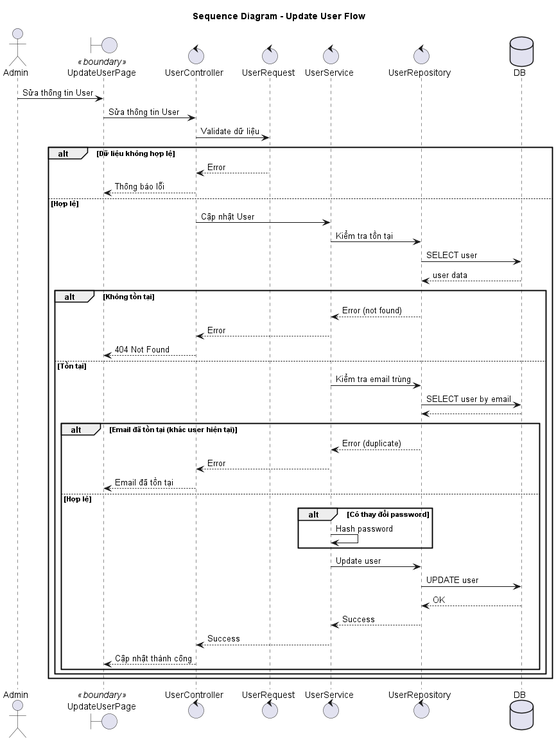
Earlier version of the PlantUML export out/sequence/sửa user/update_user_sequence.png (Faythpromax/E-Learning).
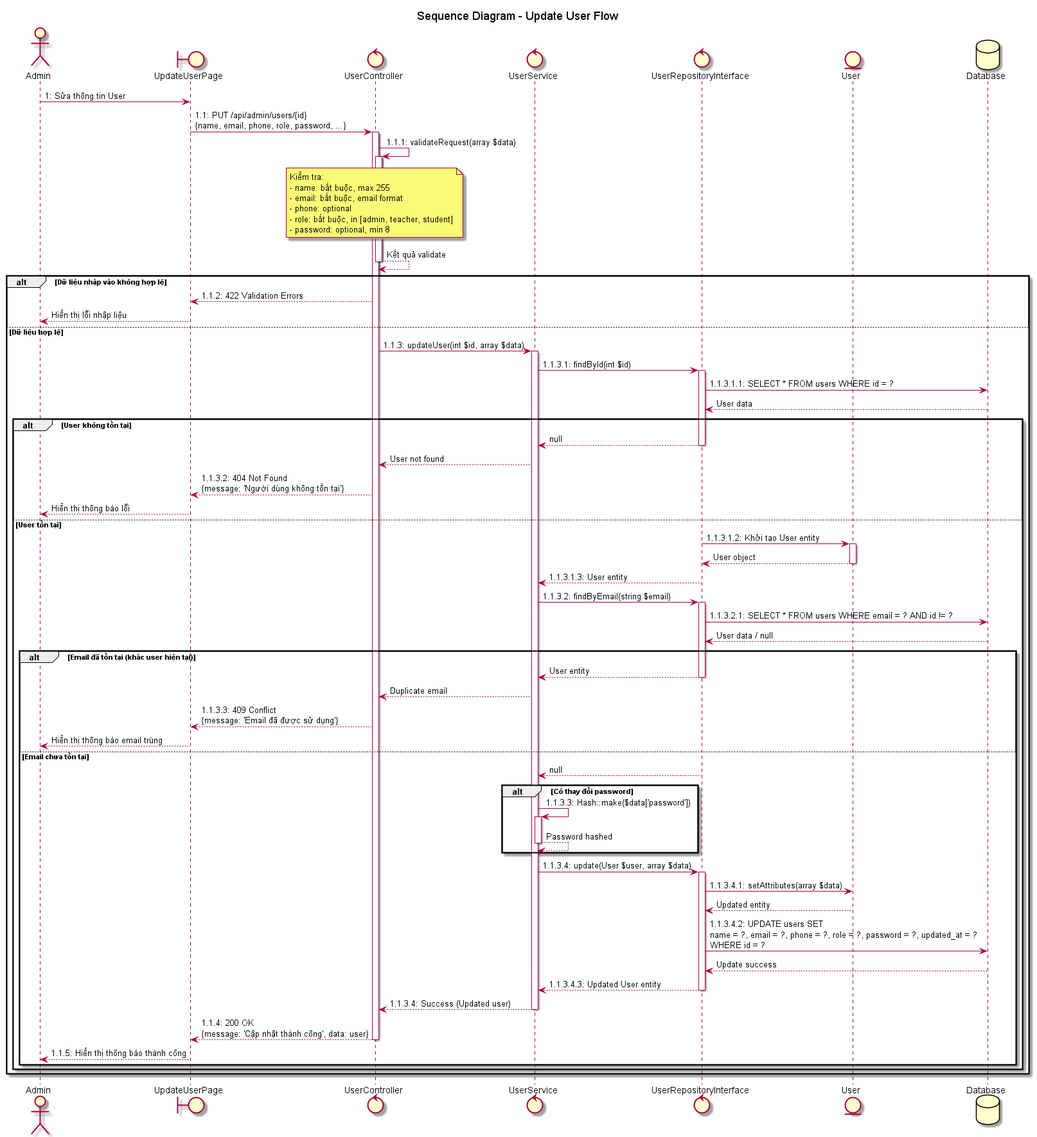
The same diagram one commit later.

The edit, as a diff of the source:
```diff
@@ -1,54 +1,96 @@
 @startuml update_user_sequence
 title Sequence Diagram - Update User Flow
 
-actor Admin
-boundary "UpdateUserPage" as UI <<boundary>>
-control UserController
-control UserRequest
-control UserService
-control UserRepository
-database DB
+actor "Admin" as admin
+boundary "UpdateUserPage" as UI
+control "UserController" as controller
+control "UserService" as service
+control "UserRepositoryInterface" as repository
+entity "User" as user
+database "Database" as db
 
-Admin -> UI: Sửa thông tin User
-UI -> UserController: Sửa thông tin User
+admin -> UI: 1: Sửa thông tin User
+UI -> controller: 1.1: PUT /api/admin/users/{id}\n{name, email, phone, role, password, ...}
+activate controller
 
-UserController -> UserRequest: Validate dữ liệu
+controller -> controller++: 1.1.1: validateRequest(array $data)
+note over controller
+  Kiểm tra:
+  - name: bắt buộc, max 255
+  - email: bắt buộc, email format
+  - phone: optional
+  - role: bắt buộc, in [admin, teacher, student]
+  - password: optional, min 8
+end note
+controller --> controller--: Kết quả validate
 
-alt Dữ liệu không hợp lệ
-    UserRequest --> UserController: Error
-    UserController --> UI: Thông báo lỗi
-else Hợp lệ
-    UserController -> UserService: Cập nhật User
+alt Dữ liệu nhập vào không hợp lệ
+    controller --> UI: 1.1.2: 422 Validation Errors
+    UI --> admin: Hiển thị lỗi nhập liệu
+else Dữ liệu hợp lệ
+    controller -> service: 1.1.3: updateUser(int $id, array $data)
+    activate service
 
-    UserService -> UserRepository: Kiểm tra tồn tại
-    UserRepository -> DB: SELECT user
-    DB --> UserRepository: user data
+    service -> repository: 1.1.3.1: findById(int $id)
+    activate repository
 
-    alt Không tồn tại
-        UserRepository --> UserService: Error (not found)
-        UserService --> UserController: Error
-        UserController --> UI: 404 Not Found
-    else Tồn tại
-        UserService -> UserRepository: Kiểm tra email trùng
-        UserRepository -> DB: SELECT user by email
-        DB --> UserRepository
+    repository -> db: 1.1.3.1.1: SELECT * FROM users WHERE id = ?
+    db --> repository: User data
+
+    alt User không tồn tại
+        repository --> service: null
+        deactivate repository
+        service --> controller: User not found
+        controller --> UI: 1.1.3.2: 404 Not Found\n{message: 'Người dùng không tồn tại'}
+        UI --> admin: Hiển thị thông báo lỗi
+    else User tồn tại
+        repository -> user: 1.1.3.1.2: Khởi tạo User entity
+        activate user
+        user --> repository: User object
+        deactivate user
+        repository --> service: 1.1.3.1.3: User entity
+        deactivate repository
+
+        service -> repository: 1.1.3.2: findByEmail(string $email)
+        activate repository
+
+        repository -> db: 1.1.3.2.1: SELECT * FROM users WHERE email = ? AND id != ?
+        db --> repository: User data / null
 
         alt Email đã tồn tại (khác user hiện tại)
-            UserRepository --> UserService: Error (duplicate)
-            UserService --> UserController: Error
-            UserController --> UI: Email đã tồn tại
-        else Hợp lệ
+            repository --> service: User entity
+            deactivate repository
+            service --> controller: Duplicate email
+            controller --> UI: 1.1.3.3: 409 Conflict\n{message: 'Email đã được sử dụng'}
+            UI --> admin: Hiển thị thông báo email trùng
+        else Email chưa tồn tại
+            repository --> service: null
+            deactivate repository
+
             alt Có thay đổi password
-                UserService -> UserService: Hash password
+                service -> service++: 1.1.3.3: Hash::make($data['password'])
+                service --> service--: Password hashed
             end
 
-            UserService -> UserRepository: Update user
-            UserRepository -> DB: UPDATE user
-            DB --> UserRepository: OK
+            service -> repository: 1.1.3.4: update(User $user, array $data)
+            activate repository
 
-            UserRepository --> UserService: Success
-            UserService --> UserController: Success
-            UserController --> UI: Cập nhật thành công
+            repository -> user: 1.1.3.4.1: setAttributes(array $data)
+            user --> repository: Updated entity
+
+            repository -> db: 1.1.3.4.2: UPDATE users SET\nname = ?, email = ?, phone = ?, role = ?, password = ?, updated_at = ?\nWHERE id = ?
+            db --> repository: Update success
+
+            repository --> service: 1.1.3.4.3: Updated User entity
+            deactivate repository
+
+            service --> controller: 1.1.3.4: Success (Updated user)
+            deactivate service
+
+            controller --> UI: 1.1.4: 200 OK\n{message: 'Cập nhật thành công', data: user}
+            deactivate controller
+
+            UI --> admin: 1.1.5: Hiển thị thông báo thành công
         end
     end
 end
```
